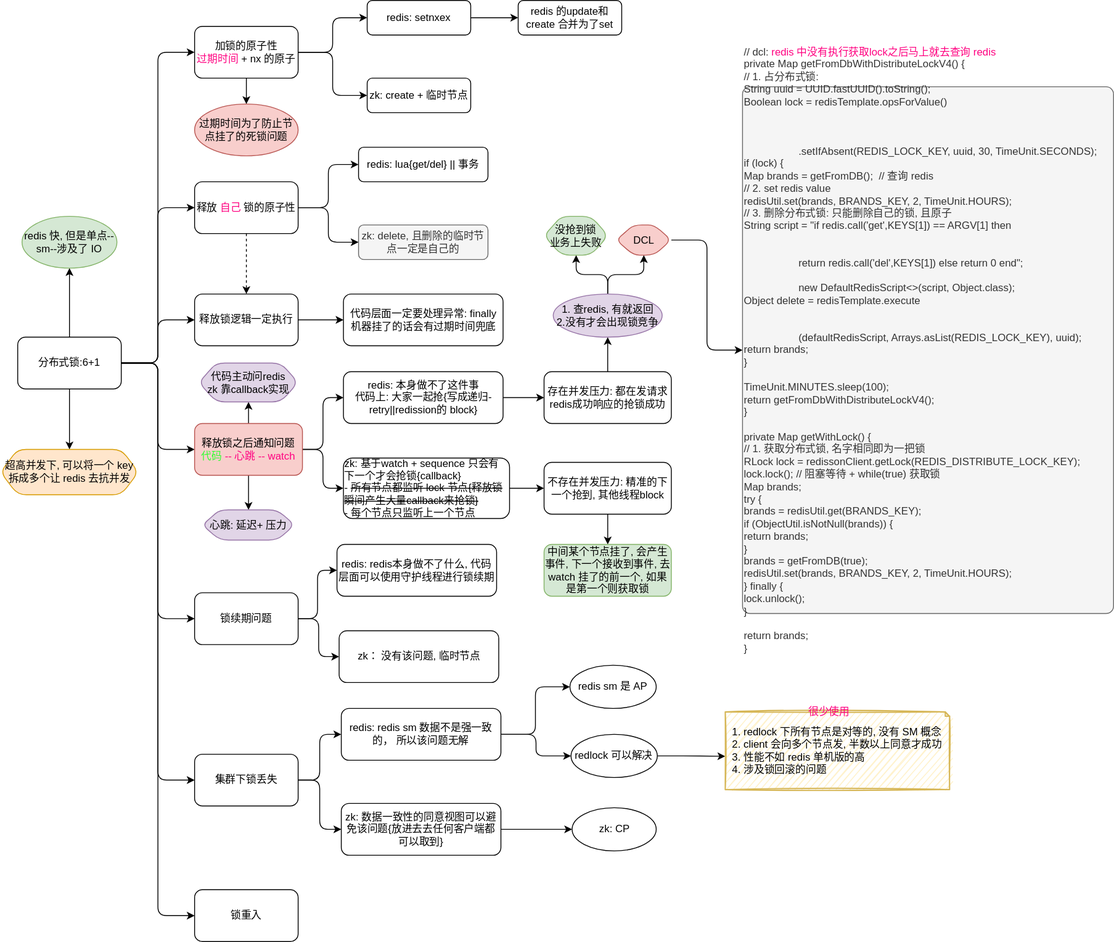
Before: diagrams/dist/01.dist-lock.svg, a diagram exported from draw.io (Alice52/diagrams). Source tidied: cells renumbered, new cells last; positions are measured from the earlier drawing's top-left corner, leaving out a move shared by most shapes.
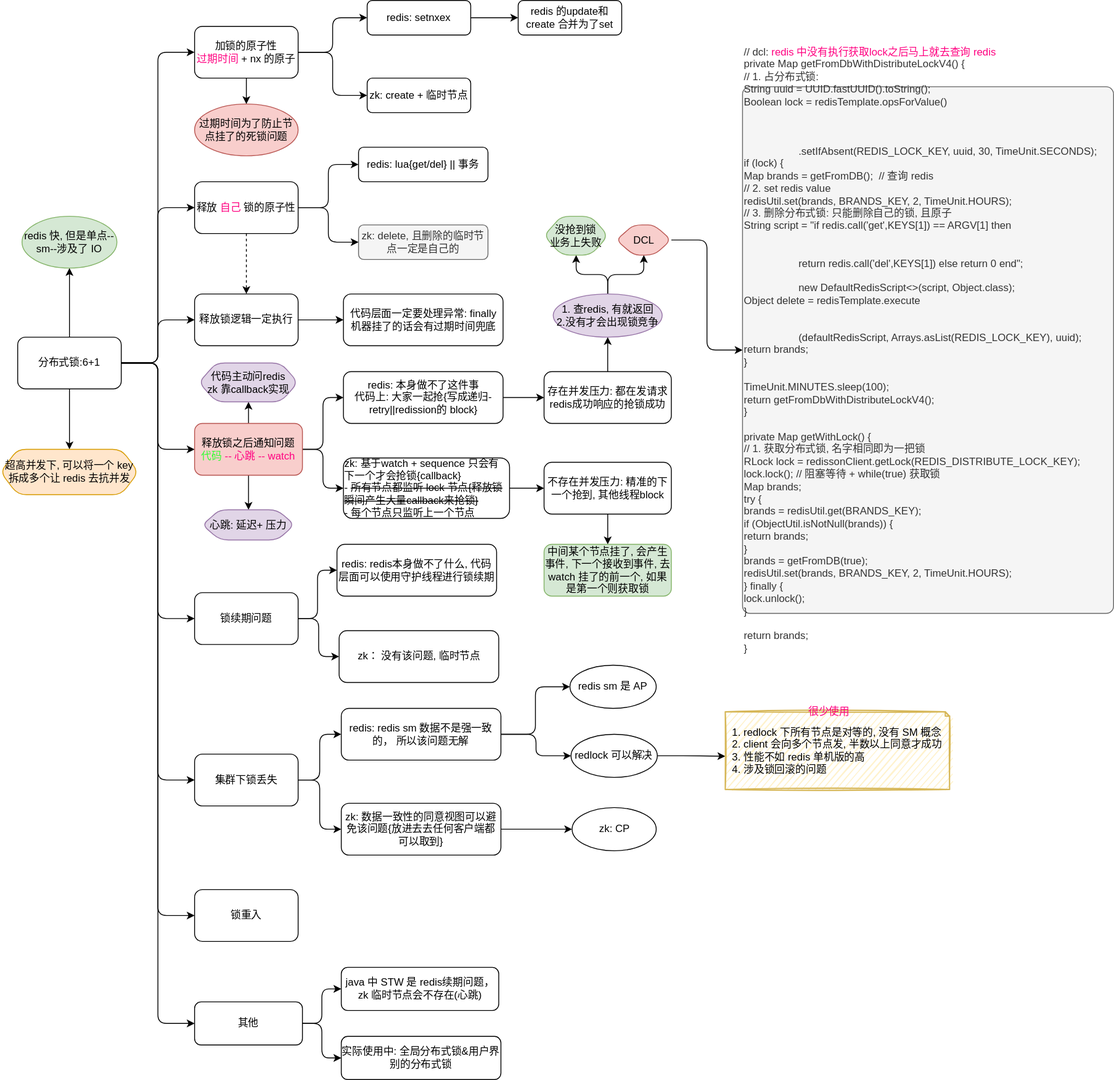
The same file after the commit.

Commit message:
digram: add seckill & dlock

Diff of the diagram source:
```diff
@@ -29,6 +29,9 @@
     <mxCell id="10" style="edgeStyle=orthogonalEdgeStyle;rounded=0;jettySize=auto;html=1;" parent="1" edge="1" source="11" target="67">
       <mxGeometry relative="1" as="geometry" />
     </mxCell>
+    <mxCell id="76" style="edgeStyle=orthogonalEdgeStyle;rounded=1;jettySize=auto;html=1;entryX=0;entryY=0.5;entryDx=0;entryDy=0;" parent="1" edge="1" source="11" target="81">
+      <mxGeometry relative="1" as="geometry" />
+    </mxCell>
     <mxCell id="11" value="分布式锁:6+1" style="rounded=1;whiteSpace=wrap;html=1;" parent="1" vertex="1">
       <mxGeometry x="20" y="390" width="120" height="60" as="geometry" />
     </mxCell>
@@ -224,5 +227,20 @@
     <mxCell id="75" value="&lt;font color=&quot;#ff0080&quot;&gt;很少使用&lt;/font&gt;" style="text;html=1;align=center;verticalAlign=middle;strokeColor=none;" parent="73" vertex="1">
       <mxGeometry x="90" width="60" height="20" as="geometry" />
     </mxCell>
+    <mxCell id="77" value="实际使用中: 全局分布式锁&amp;amp;用户界别的分布式锁" style="rounded=1;whiteSpace=wrap;html=1;" parent="1" vertex="1">
+      <mxGeometry x="395" y="1200" width="185" height="50" as="geometry" />
+    </mxCell>
+    <mxCell id="78" value="java 中 STW 是 redis续期问题， zk 临时节点会不存在(心跳)" style="rounded=1;whiteSpace=wrap;html=1;" parent="1" vertex="1">
+      <mxGeometry x="395" y="1120" width="182.5" height="50" as="geometry" />
+    </mxCell>
+    <mxCell id="79" style="edgeStyle=orthogonalEdgeStyle;rounded=1;jettySize=auto;html=1;entryX=0;entryY=0.5;entryDx=0;entryDy=0;" parent="1" edge="1" source="81" target="78">
+      <mxGeometry relative="1" as="geometry" />
+    </mxCell>
+    <mxCell id="80" style="edgeStyle=orthogonalEdgeStyle;rounded=1;jettySize=auto;html=1;entryX=0;entryY=0.5;entryDx=0;entryDy=0;" parent="1" edge="1" source="81" target="77">
+      <mxGeometry relative="1" as="geometry" />
+    </mxCell>
+    <mxCell id="81" value="其他" style="rounded=1;whiteSpace=wrap;html=1;" parent="1" vertex="1">
+      <mxGeometry x="225" y="1160" width="125" height="50" as="geometry" />
+    </mxCell>
   </root>
 </mxGraphModel>
```
